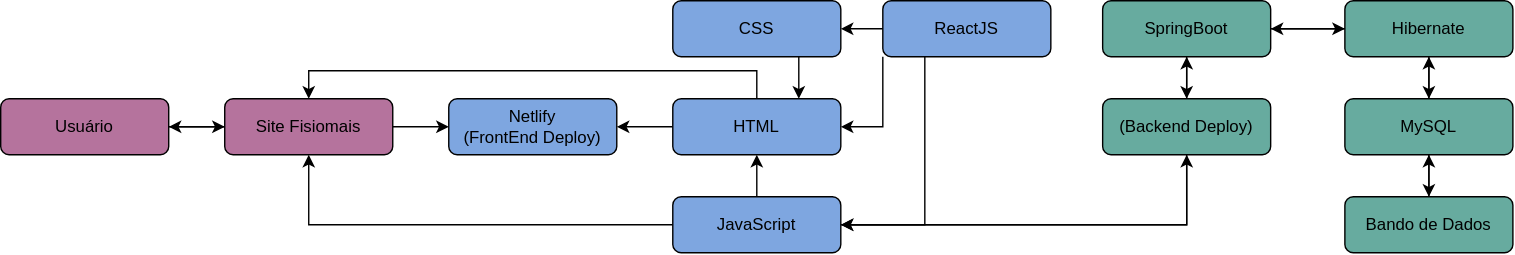
software-engineering-graduation/fisiomais keeps this draw.io diagram as docs/images/relacao_tecnologias.svg. Above is the earlier version. Source tidied: cells renumbered, new cells last; positions are measured from the earlier drawing's top-left corner, leaving out a move shared by most shapes.
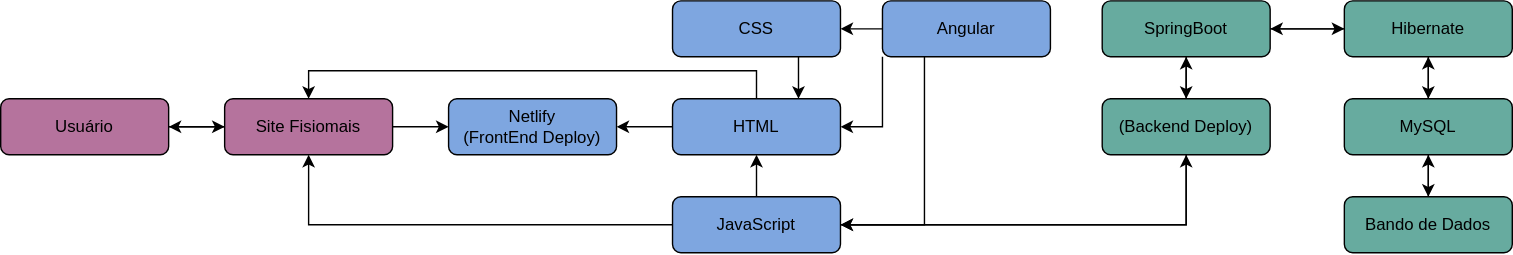
After the change.

What changed in the source:
```diff
@@ -67,7 +67,7 @@
         </Array>
       </mxGeometry>
     </mxCell>
-    <mxCell id="20" value="ReactJS" style="rounded=1;whiteSpace=wrap;html=1;fontSize=12;glass=0;strokeWidth=1;shadow=0;fillColor=#7EA6E0;" parent="1" vertex="1">
+    <mxCell id="20" value="Angular" style="rounded=1;whiteSpace=wrap;html=1;fontSize=12;glass=0;strokeWidth=1;shadow=0;fillColor=#7EA6E0;" parent="1" vertex="1">
       <mxGeometry x="630" width="120" height="40" as="geometry" />
     </mxCell>
     <mxCell id="21" style="edgeStyle=orthogonalEdgeStyle;rounded=0;jettySize=auto;html=1;" parent="1" edge="1" source="23" target="26">
```
